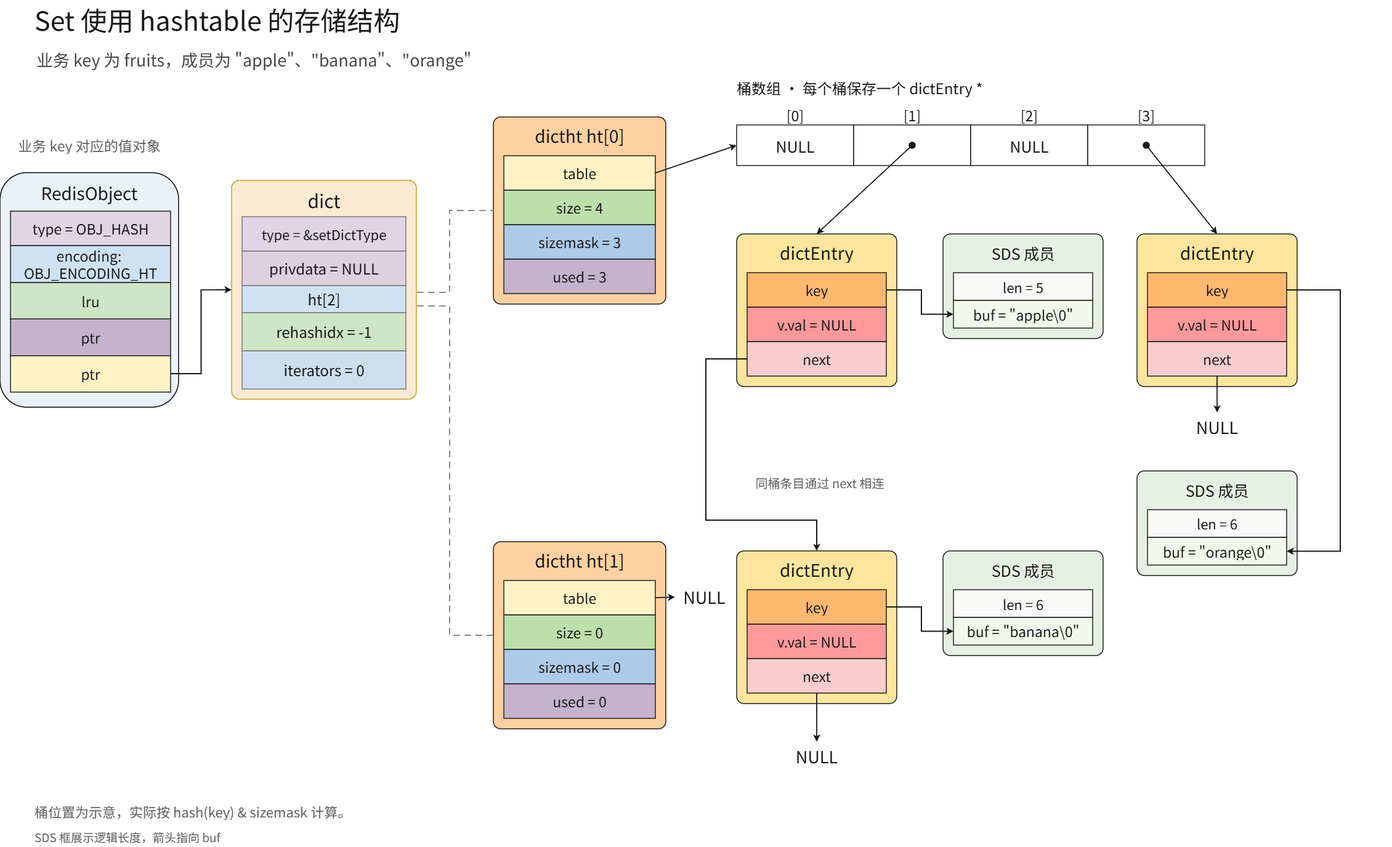
Before: redis/Set 使用 hashtable 时的存储结构.drawio.png, a diagram exported from draw.io (oHo404/imgrepo). Source tidied: cells renumbered, new cells last; positions are measured from the earlier drawing's top-left corner, leaving out a move shared by most shapes.
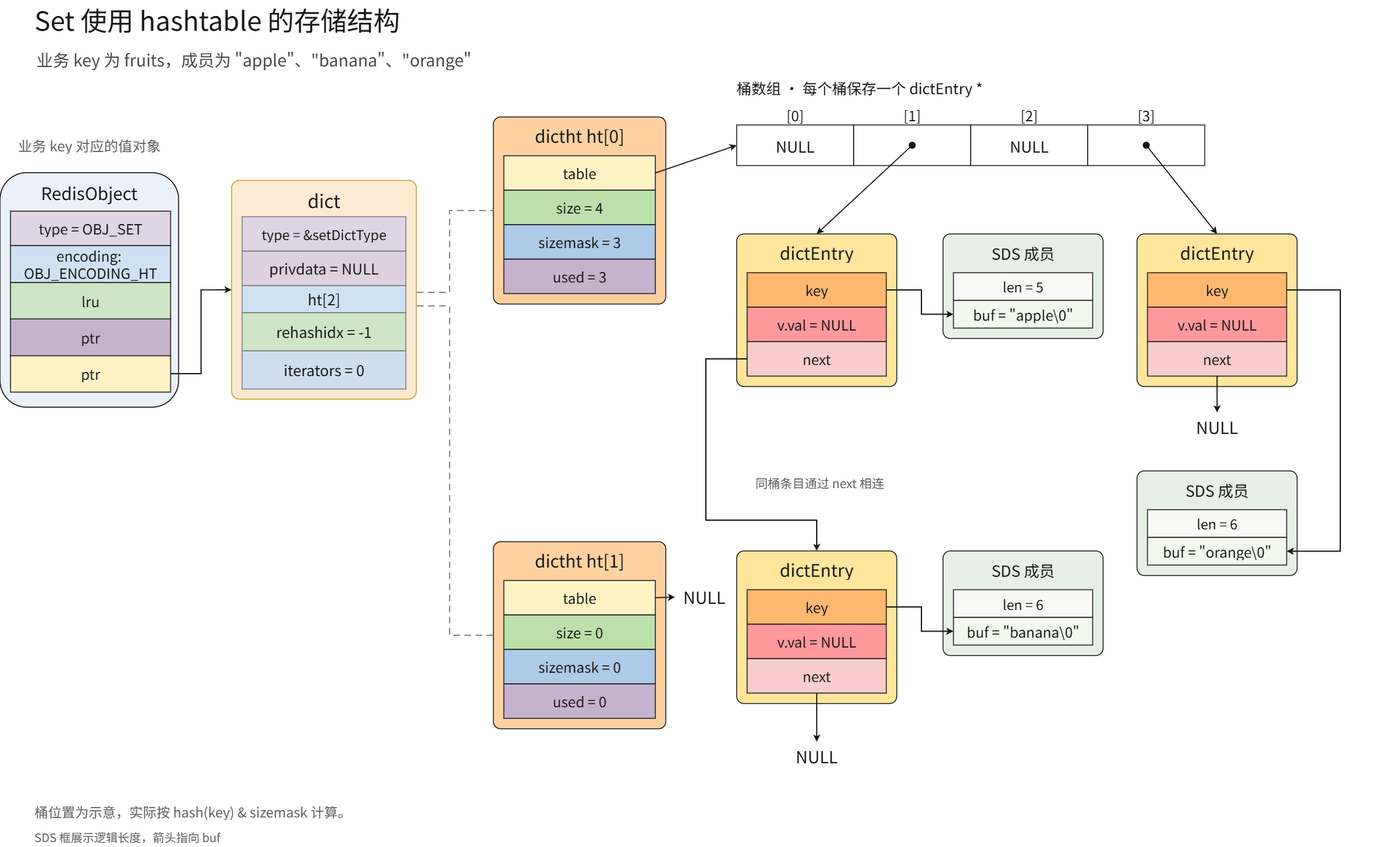
After the change.

Commit message:
更新Set 使用 hashtable 时的存储结构.drawio.png

Change to the diagram source:
```diff
@@ -263,7 +263,7 @@
     <mxCell id="81" style="rounded=1;whiteSpace=wrap;html=1;roundedPerimeter=1;fillColor=light-dark(#eaf1f8, #ededed);strokeWidth=1.5;" parent="80" vertex="1">
       <mxGeometry width="290" height="381" as="geometry" />
     </mxCell>
-    <mxCell id="82" value="type = OBJ_HASH" style="shape=rectangle;rounded=0;absoluteArcSize=1;arcSize=0;whiteSpace=wrap;html=0;align=center;verticalAlign=middle;fillColor=#DFD5E5;strokeColor=#171717;strokeWidth=1.5;fontColor=#171717;fontSize=23;fontFamily=WenQuanYi Micro Hei;fontStyle=0;spacing=0;overflow=hidden;" parent="80" vertex="1">
+    <mxCell id="82" value="type = OBJ_SET" style="shape=rectangle;rounded=0;absoluteArcSize=1;arcSize=0;whiteSpace=wrap;html=0;align=center;verticalAlign=middle;fillColor=#DFD5E5;strokeColor=#171717;strokeWidth=1.5;fontColor=#171717;fontSize=23;fontFamily=WenQuanYi Micro Hei;fontStyle=0;spacing=0;overflow=hidden;" parent="80" vertex="1">
       <mxGeometry x="17" y="62.5" width="260" height="56" as="geometry" />
     </mxCell>
     <mxCell id="83" value="encoding: &#10;OBJ_ENCODING_HT" style="shape=rectangle;rounded=0;absoluteArcSize=1;arcSize=0;whiteSpace=wrap;html=0;align=center;verticalAlign=middle;fillColor=#CFE2F3;strokeColor=#171717;strokeWidth=1.5;fontColor=#171717;fontSize=23;fontFamily=WenQuanYi Micro Hei;fontStyle=0;spacing=0;overflow=hidden;" parent="80" vertex="1">
```
